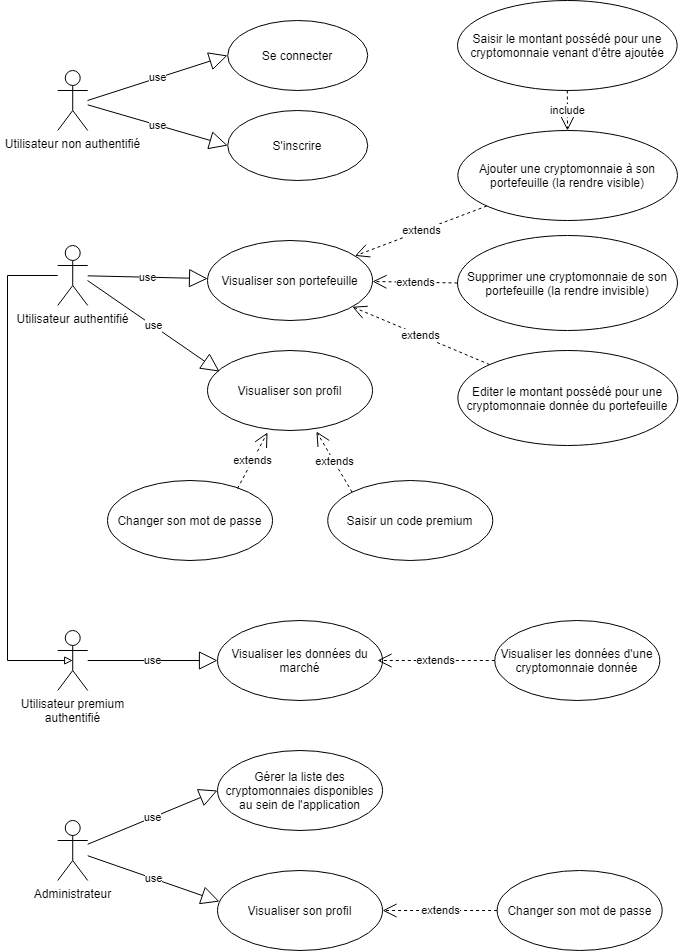
The draw.io diagram doc/UseCase.png in julien-pintodafonseca/Avenir, before a commit. Source tidied: cells renumbered, new cells last; positions are measured from the earlier drawing's top-left corner, leaving out a move shared by most shapes.
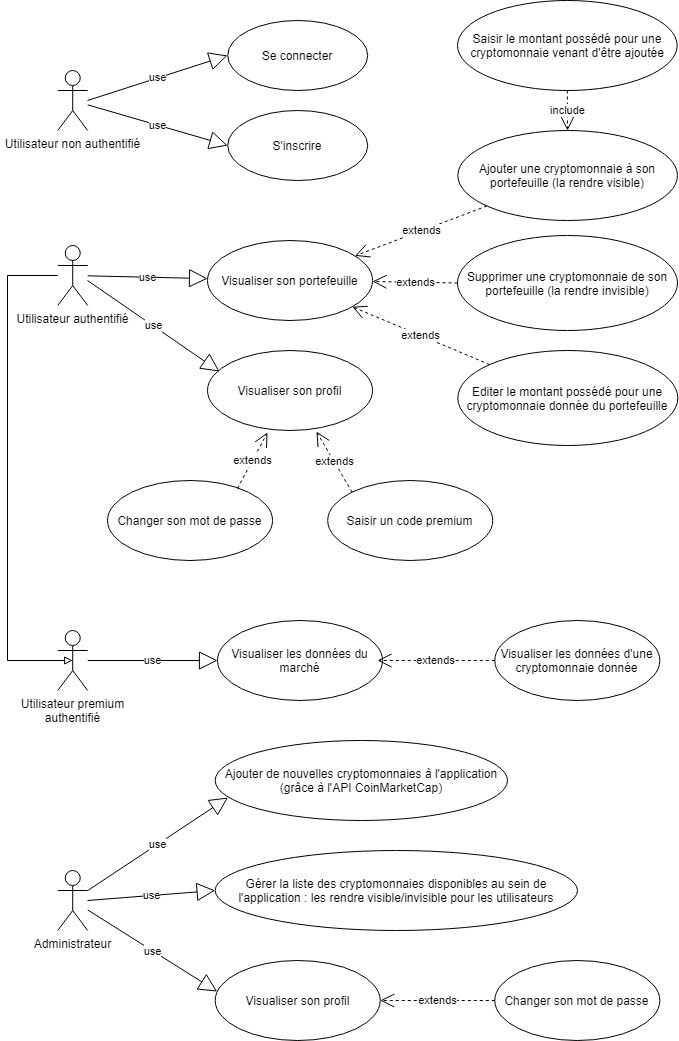
The same file after the commit.

Diff of the diagram source:
```diff
@@ -104,25 +104,33 @@
       </mxGeometry>
     </mxCell>
     <mxCell id="30" value="Administrateur" style="shape=umlActor;verticalLabelPosition=bottom;verticalAlign=top;html=1;outlineConnect=0;" parent="1" vertex="1">
-      <mxGeometry x="50.2" y="820" width="30" height="60" as="geometry" />
+      <mxGeometry x="50.2" y="870" width="30" height="60" as="geometry" />
     </mxCell>
-    <mxCell id="31" value="Gérer la liste des cryptomonnaies disponibles au sein de l'application" style="ellipse;whiteSpace=wrap;html=1;" parent="1" vertex="1">
-      <mxGeometry x="210" y="750" width="165.1" height="80" as="geometry" />
+    <mxCell id="31" value="Gérer la liste des cryptomonnaies disponibles au sein de l'application : les rendre visible/invisible pour les utilisateurs" style="ellipse;whiteSpace=wrap;html=1;" parent="1" vertex="1">
+      <mxGeometry x="207.7" y="850" width="362.3" height="80" as="geometry" />
     </mxCell>
     <mxCell id="32" value="Visualiser son profil" style="ellipse;whiteSpace=wrap;html=1;" parent="1" vertex="1">
-      <mxGeometry x="210" y="870" width="165.1" height="80" as="geometry" />
+      <mxGeometry x="207.7" y="960" width="165.1" height="80" as="geometry" />
     </mxCell>
     <mxCell id="33" value="Changer son mot de passe" style="ellipse;whiteSpace=wrap;html=1;" parent="1" vertex="1">
-      <mxGeometry x="489.6" y="870" width="165.1" height="80" as="geometry" />
+      <mxGeometry x="487.3" y="960" width="165.1" height="80" as="geometry" />
     </mxCell>
     <mxCell id="34" value="extends" style="endArrow=open;endSize=12;dashed=1;html=1;exitX=0;exitY=0.5;exitDx=0;exitDy=0;entryX=1;entryY=0.5;entryDx=0;entryDy=0;" parent="1" edge="1" source="33" target="32">
       <mxGeometry relative="1" as="geometry" />
     </mxCell>
-    <mxCell id="35" value="use" style="endArrow=block;endSize=16;endFill=0;html=1;entryX=0;entryY=0.5;entryDx=0;entryDy=0;" parent="1" edge="1" source="30" target="31">
-      <mxGeometry relative="1" as="geometry" />
+    <mxCell id="35" value="use" style="endArrow=block;endSize=16;endFill=0;html=1;entryX=0;entryY=0.5;entryDx=0;entryDy=0;" parent="1" edge="1" target="31">
+      <mxGeometry relative="1" as="geometry">
+        <mxPoint x="80" y="900" as="sourcePoint" />
+      </mxGeometry>
     </mxCell>
     <mxCell id="36" value="use" style="endArrow=block;endSize=16;endFill=0;html=1;entryX=0.012;entryY=0.388;entryDx=0;entryDy=0;entryPerimeter=0;" parent="1" edge="1" source="30" target="32">
       <mxGeometry relative="1" as="geometry" />
     </mxCell>
+    <mxCell id="37" value="Ajouter de nouvelles cryptomonnaies à l'application (grâce à l'API CoinMarketCap)" style="ellipse;whiteSpace=wrap;html=1;" parent="1" vertex="1">
+      <mxGeometry x="207.7" y="740" width="292.3" height="80" as="geometry" />
+    </mxCell>
+    <mxCell id="38" value="use" style="endArrow=block;endSize=16;endFill=0;html=1;entryX=0.044;entryY=0.713;entryDx=0;entryDy=0;entryPerimeter=0;" parent="1" edge="1" source="30" target="37">
+      <mxGeometry relative="1" as="geometry" />
+    </mxCell>
   </root>
 </mxGraphModel>
```
